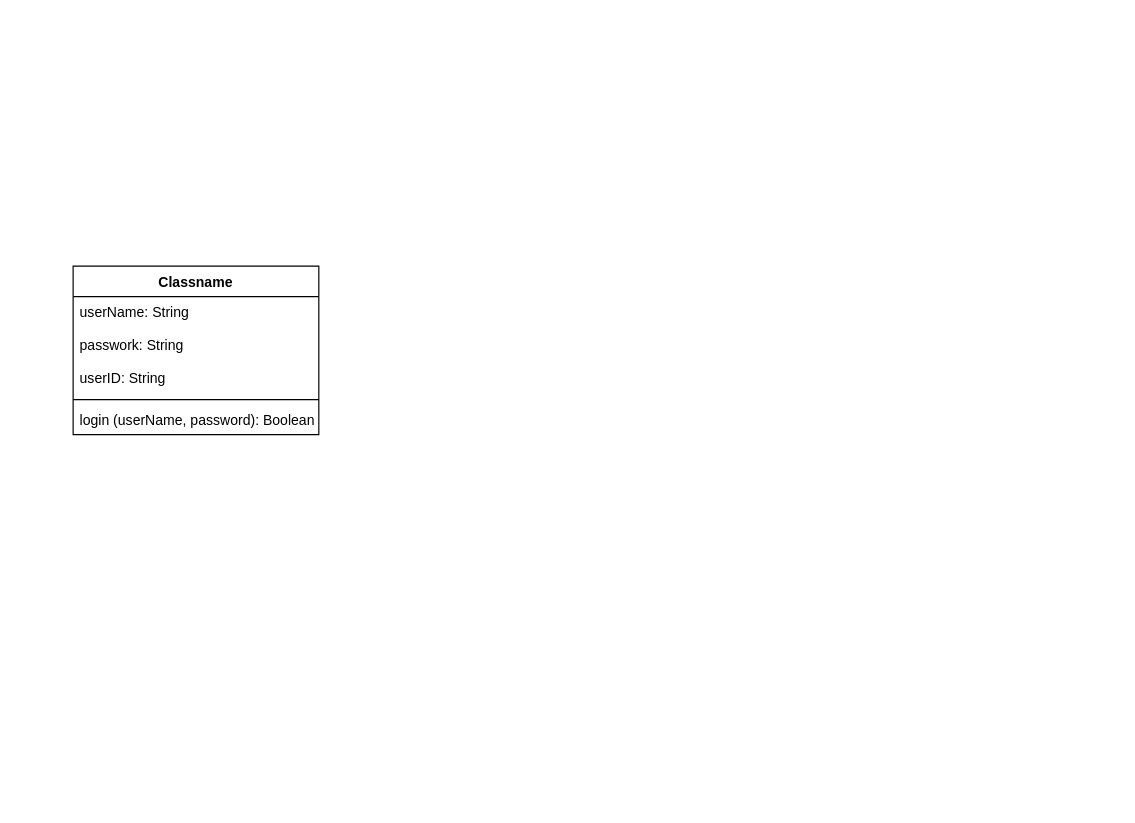
This is GAP Social Class Diagram.drawio from nvhoang23/BTVN_1, a draw.io file, before an edit. Source tidied: cells renumbered, new cells numbered last; positions are measured from the earlier drawing's top-left corner, leaving out a move shared by most shapes. Both pictures are drawn from the tidied source at 117%, with x=0, y=0 at pixel (73, 266).
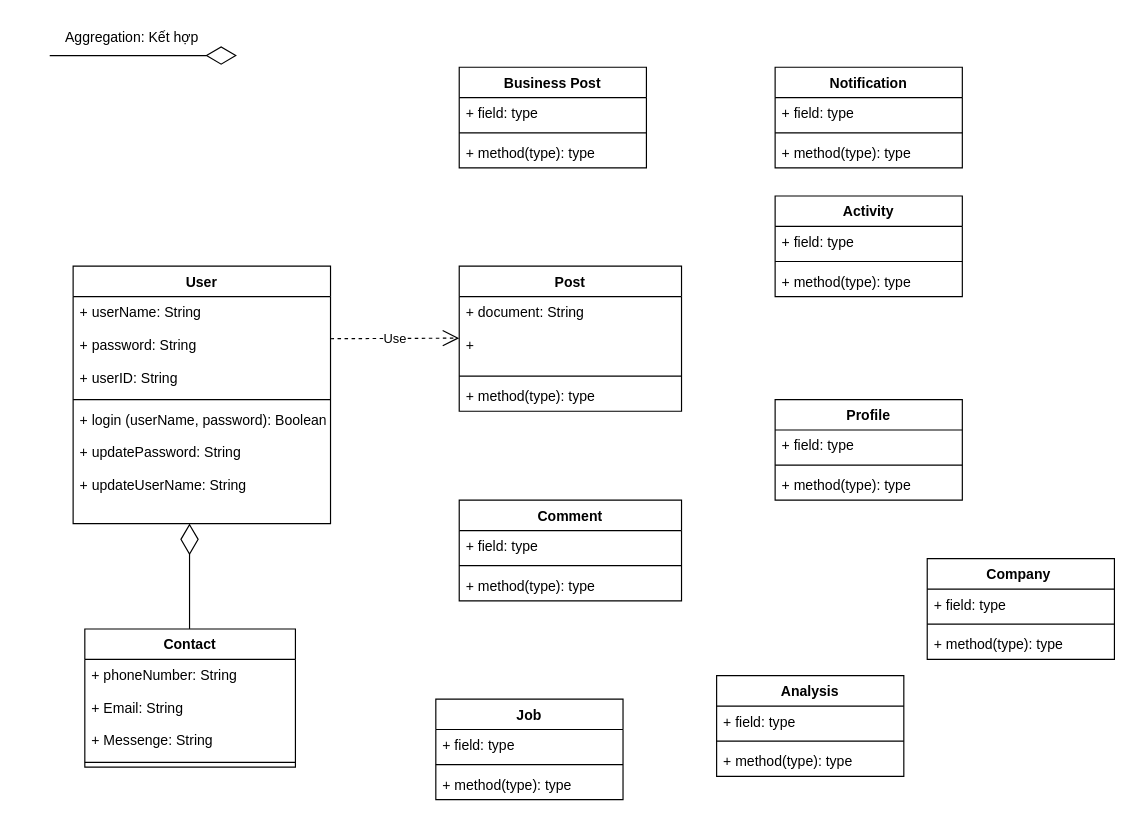
The same page after the edit.

Commit message (it also covers changes not shown here):
Cập nhật GAP Social Class Diagram.drawio

What changed in the source:
```diff
@@
-    <mxCell id="2" value="Classname" style="swimlane;fontStyle=1;align=center;verticalAlign=top;horizontal=1;startSize=26;" parent="1" vertex="1">
-      <mxGeometry width="210" height="144" as="geometry" />
+    <mxCell id="2" value="User" style="swimlane;fontStyle=1;align=center;verticalAlign=top;horizontal=1;startSize=26;" parent="1" vertex="1">
+      <mxGeometry width="220" height="220" as="geometry" />
     </mxCell>
-    <mxCell id="3" value="userName: String &#10;&#10;passwork: String &#10;&#10;userID: String &#10;" style="text;strokeColor=none;fillColor=none;align=left;verticalAlign=top;spacingLeft=4;spacingRight=4;overflow=hidden;" parent="2" vertex="1">
-      <mxGeometry y="26" width="210" height="84" as="geometry" />
+    <mxCell id="3" value="+ userName: String &#10;&#10;+ password: String &#10;&#10;+ userID: String &#10;" style="text;strokeColor=none;fillColor=none;align=left;verticalAlign=top;spacingLeft=4;spacingRight=4;overflow=hidden;" parent="2" vertex="1">
+      <mxGeometry y="26" width="220" height="84" as="geometry" />
     </mxCell>
     <mxCell id="4" style="line;strokeWidth=1;fillColor=none;align=left;verticalAlign=middle;spacingTop=-1;spacingLeft=3;spacingRight=3;labelPosition=right;strokeColor=inherit;" parent="2" vertex="1">
-      <mxGeometry y="110" width="210" height="8" as="geometry" />
+      <mxGeometry y="110" width="220" height="8" as="geometry" />
     </mxCell>
-    <mxCell id="5" value="login (userName, password): Boolean" style="text;strokeColor=none;fillColor=none;align=left;verticalAlign=top;spacingLeft=4;spacingRight=4;overflow=hidden;" parent="2" vertex="1">
-      <mxGeometry y="118" width="210" height="26" as="geometry" />
+    <mxCell id="5" value="+ login (userName, password): Boolean&#10;&#10;+ updatePassword: String&#10;&#10;+ updateUserName: String &#10;&#10;" style="text;strokeColor=none;fillColor=none;align=left;verticalAlign=top;spacingLeft=4;spacingRight=4;overflow=hidden;" parent="2" vertex="1">
+      <mxGeometry y="118" width="220" height="102" as="geometry" />
     </mxCell>
+    <mxCell id="6" value="Post" style="swimlane;fontStyle=1;align=center;verticalAlign=top;horizontal=1;startSize=26;" parent="1" vertex="1">
+      <mxGeometry x="330" width="190" height="124" as="geometry" />
+    </mxCell>
+    <mxCell id="7" value="+ document: String&#10;&#10;+ " style="text;strokeColor=none;fillColor=none;align=left;verticalAlign=top;spacingLeft=4;spacingRight=4;overflow=hidden;" parent="6" vertex="1">
+      <mxGeometry y="26" width="190" height="64" as="geometry" />
+    </mxCell>
+    <mxCell id="8" style="line;strokeWidth=1;fillColor=none;align=left;verticalAlign=middle;spacingTop=-1;spacingLeft=3;spacingRight=3;labelPosition=right;strokeColor=inherit;" parent="6" vertex="1">
+      <mxGeometry y="90" width="190" height="8" as="geometry" />
+    </mxCell>
+    <mxCell id="9" value="+ method(type): type" style="text;strokeColor=none;fillColor=none;align=left;verticalAlign=top;spacingLeft=4;spacingRight=4;overflow=hidden;" parent="6" vertex="1">
+      <mxGeometry y="98" width="190" height="26" as="geometry" />
+    </mxCell>
+    <mxCell id="10" value="Business Post" style="swimlane;fontStyle=1;align=center;verticalAlign=top;horizontal=1;startSize=26;" parent="1" vertex="1">
+      <mxGeometry x="330" y="-170" width="160" height="86" as="geometry" />
+    </mxCell>
+    <mxCell id="11" value="+ field: type" style="text;strokeColor=none;fillColor=none;align=left;verticalAlign=top;spacingLeft=4;spacingRight=4;overflow=hidden;" parent="10" vertex="1">
+      <mxGeometry y="26" width="160" height="26" as="geometry" />
+    </mxCell>
+    <mxCell id="12" style="line;strokeWidth=1;fillColor=none;align=left;verticalAlign=middle;spacingTop=-1;spacingLeft=3;spacingRight=3;labelPosition=right;strokeColor=inherit;" parent="10" vertex="1">
+      <mxGeometry y="52" width="160" height="8" as="geometry" />
+    </mxCell>
+    <mxCell id="13" value="+ method(type): type" style="text;strokeColor=none;fillColor=none;align=left;verticalAlign=top;spacingLeft=4;spacingRight=4;overflow=hidden;" parent="10" vertex="1">
+      <mxGeometry y="60" width="160" height="26" as="geometry" />
+    </mxCell>
+    <mxCell id="14" value="Notification" style="swimlane;fontStyle=1;align=center;verticalAlign=top;horizontal=1;startSize=26;" parent="1" vertex="1">
+      <mxGeometry x="600" y="-170" width="160" height="86" as="geometry" />
+    </mxCell>
+    <mxCell id="15" value="+ field: type" style="text;strokeColor=none;fillColor=none;align=left;verticalAlign=top;spacingLeft=4;spacingRight=4;overflow=hidden;" parent="14" vertex="1">
+      <mxGeometry y="26" width="160" height="26" as="geometry" />
+    </mxCell>
+    <mxCell id="16" style="line;strokeWidth=1;fillColor=none;align=left;verticalAlign=middle;spacingTop=-1;spacingLeft=3;spacingRight=3;labelPosition=right;strokeColor=inherit;" parent="14" vertex="1">
+      <mxGeometry y="52" width="160" height="8" as="geometry" />
+    </mxCell>
+    <mxCell id="17" value="+ method(type): type" style="text;strokeColor=none;fillColor=none;align=left;verticalAlign=top;spacingLeft=4;spacingRight=4;overflow=hidden;" parent="14" vertex="1">
+      <mxGeometry y="60" width="160" height="26" as="geometry" />
+    </mxCell>
+    <mxCell id="18" value="Activity" style="swimlane;fontStyle=1;align=center;verticalAlign=top;horizontal=1;startSize=26;" parent="1" vertex="1">
+      <mxGeometry x="600" y="-60" width="160" height="86" as="geometry" />
+    </mxCell>
+    <mxCell id="19" value="+ field: type" style="text;strokeColor=none;fillColor=none;align=left;verticalAlign=top;spacingLeft=4;spacingRight=4;overflow=hidden;" parent="18" vertex="1">
+      <mxGeometry y="26" width="160" height="26" as="geometry" />
+    </mxCell>
+    <mxCell id="20" style="line;strokeWidth=1;fillColor=none;align=left;verticalAlign=middle;spacingTop=-1;spacingLeft=3;spacingRight=3;labelPosition=right;strokeColor=inherit;" parent="18" vertex="1">
+      <mxGeometry y="52" width="160" height="8" as="geometry" />
+    </mxCell>
+    <mxCell id="21" value="+ method(type): type" style="text;strokeColor=none;fillColor=none;align=left;verticalAlign=top;spacingLeft=4;spacingRight=4;overflow=hidden;" parent="18" vertex="1">
+      <mxGeometry y="60" width="160" height="26" as="geometry" />
+    </mxCell>
+    <mxCell id="22" value="Comment" style="swimlane;fontStyle=1;align=center;verticalAlign=top;horizontal=1;startSize=26;" parent="1" vertex="1">
+      <mxGeometry x="330" y="200" width="190" height="86" as="geometry" />
+    </mxCell>
+    <mxCell id="23" value="+ field: type" style="text;strokeColor=none;fillColor=none;align=left;verticalAlign=top;spacingLeft=4;spacingRight=4;overflow=hidden;" parent="22" vertex="1">
+      <mxGeometry y="26" width="190" height="26" as="geometry" />
+    </mxCell>
+    <mxCell id="24" style="line;strokeWidth=1;fillColor=none;align=left;verticalAlign=middle;spacingTop=-1;spacingLeft=3;spacingRight=3;labelPosition=right;strokeColor=inherit;" parent="22" vertex="1">
+      <mxGeometry y="52" width="190" height="8" as="geometry" />
+    </mxCell>
+    <mxCell id="25" value="+ method(type): type" style="text;strokeColor=none;fillColor=none;align=left;verticalAlign=top;spacingLeft=4;spacingRight=4;overflow=hidden;" parent="22" vertex="1">
+      <mxGeometry y="60" width="190" height="26" as="geometry" />
+    </mxCell>
+    <mxCell id="26" value="Profile" style="swimlane;fontStyle=1;align=center;verticalAlign=top;horizontal=1;startSize=26;" parent="1" vertex="1">
+      <mxGeometry x="600" y="114" width="160" height="86" as="geometry" />
+    </mxCell>
+    <mxCell id="27" value="+ field: type" style="text;strokeColor=none;fillColor=none;align=left;verticalAlign=top;spacingLeft=4;spacingRight=4;overflow=hidden;" parent="26" vertex="1">
+      <mxGeometry y="26" width="160" height="26" as="geometry" />
+    </mxCell>
+    <mxCell id="28" style="line;strokeWidth=1;fillColor=none;align=left;verticalAlign=middle;spacingTop=-1;spacingLeft=3;spacingRight=3;labelPosition=right;strokeColor=inherit;" parent="26" vertex="1">
+      <mxGeometry y="52" width="160" height="8" as="geometry" />
+    </mxCell>
+    <mxCell id="29" value="+ method(type): type" style="text;strokeColor=none;fillColor=none;align=left;verticalAlign=top;spacingLeft=4;spacingRight=4;overflow=hidden;" parent="26" vertex="1">
+      <mxGeometry y="60" width="160" height="26" as="geometry" />
+    </mxCell>
+    <mxCell id="30" value="Contact" style="swimlane;fontStyle=1;align=center;verticalAlign=top;horizontal=1;startSize=26;" parent="1" vertex="1">
+      <mxGeometry x="10" y="310.1" width="180" height="118" as="geometry" />
+    </mxCell>
+    <mxCell id="31" value="+ phoneNumber: String &#10;&#10;+ Email: String &#10;&#10;+ Messenge: String &#10;&#10;" style="text;strokeColor=none;fillColor=none;align=left;verticalAlign=top;spacingLeft=4;spacingRight=4;overflow=hidden;" parent="30" vertex="1">
+      <mxGeometry y="26" width="180" height="84" as="geometry" />
+    </mxCell>
+    <mxCell id="32" style="line;strokeWidth=1;fillColor=none;align=left;verticalAlign=middle;spacingTop=-1;spacingLeft=3;spacingRight=3;labelPosition=right;strokeColor=inherit;" parent="30" vertex="1">
+      <mxGeometry y="110" width="180" height="8" as="geometry" />
+    </mxCell>
+    <mxCell id="33" style="endArrow=diamondThin;endFill=0;endSize=24;html=1;rounded=0;" parent="1" edge="1">
+      <mxGeometry relative="1" as="geometry">
+        <mxPoint x="99.5" y="310" as="sourcePoint" />
+        <mxPoint x="99.5" y="220" as="targetPoint" />
+        <Array as="points">
+          <mxPoint x="99.5" y="270" />
+        </Array>
+      </mxGeometry>
+    </mxCell>
+    <mxCell id="34" style="group;" parent="1" vertex="1">
+      <mxGeometry x="-20" y="-210" width="160" height="30" as="geometry" />
+    </mxCell>
+    <mxCell id="35" style="endArrow=diamondThin;endFill=0;endSize=24;html=1;rounded=0;" parent="34" edge="1">
+      <mxGeometry relative="1" as="geometry">
+        <mxPoint y="30" as="sourcePoint" />
+        <mxPoint x="160" y="30" as="targetPoint" />
+      </mxGeometry>
+    </mxCell>
+    <mxCell id="36" value="Aggregation: Kết hợp" style="text;html=1;align=center;verticalAlign=middle;strokeColor=none;fillColor=none;" parent="34" vertex="1">
+      <mxGeometry width="140" height="30" as="geometry" />
+    </mxCell>
+    <mxCell id="37" value="Job" style="swimlane;fontStyle=1;align=center;verticalAlign=top;horizontal=1;startSize=26;" parent="1" vertex="1">
+      <mxGeometry x="310" y="370" width="160" height="86" as="geometry" />
+    </mxCell>
+    <mxCell id="38" value="+ field: type" style="text;strokeColor=none;fillColor=none;align=left;verticalAlign=top;spacingLeft=4;spacingRight=4;overflow=hidden;" parent="37" vertex="1">
+      <mxGeometry y="26" width="160" height="26" as="geometry" />
+    </mxCell>
+    <mxCell id="39" style="line;strokeWidth=1;fillColor=none;align=left;verticalAlign=middle;spacingTop=-1;spacingLeft=3;spacingRight=3;labelPosition=right;strokeColor=inherit;" parent="37" vertex="1">
+      <mxGeometry y="52" width="160" height="8" as="geometry" />
+    </mxCell>
+    <mxCell id="40" value="+ method(type): type" style="text;strokeColor=none;fillColor=none;align=left;verticalAlign=top;spacingLeft=4;spacingRight=4;overflow=hidden;" parent="37" vertex="1">
+      <mxGeometry y="60" width="160" height="26" as="geometry" />
+    </mxCell>
+    <mxCell id="41" value="Analysis" style="swimlane;fontStyle=1;align=center;verticalAlign=top;horizontal=1;startSize=26;" parent="1" vertex="1">
+      <mxGeometry x="550" y="350" width="160" height="86" as="geometry" />
+    </mxCell>
+    <mxCell id="42" value="+ field: type" style="text;strokeColor=none;fillColor=none;align=left;verticalAlign=top;spacingLeft=4;spacingRight=4;overflow=hidden;" parent="41" vertex="1">
+      <mxGeometry y="26" width="160" height="26" as="geometry" />
+    </mxCell>
+    <mxCell id="43" style="line;strokeWidth=1;fillColor=none;align=left;verticalAlign=middle;spacingTop=-1;spacingLeft=3;spacingRight=3;labelPosition=right;strokeColor=inherit;" parent="41" vertex="1">
+      <mxGeometry y="52" width="160" height="8" as="geometry" />
+    </mxCell>
+    <mxCell id="44" value="+ method(type): type" style="text;strokeColor=none;fillColor=none;align=left;verticalAlign=top;spacingLeft=4;spacingRight=4;overflow=hidden;" parent="41" vertex="1">
+      <mxGeometry y="60" width="160" height="26" as="geometry" />
+    </mxCell>
+    <mxCell id="45" value="Company " style="swimlane;fontStyle=1;align=center;verticalAlign=top;horizontal=1;startSize=26;" parent="1" vertex="1">
+      <mxGeometry x="730" y="250" width="160" height="86" as="geometry" />
+    </mxCell>
+    <mxCell id="46" value="+ field: type" style="text;strokeColor=none;fillColor=none;align=left;verticalAlign=top;spacingLeft=4;spacingRight=4;overflow=hidden;" parent="45" vertex="1">
+      <mxGeometry y="26" width="160" height="26" as="geometry" />
+    </mxCell>
+    <mxCell id="47" style="line;strokeWidth=1;fillColor=none;align=left;verticalAlign=middle;spacingTop=-1;spacingLeft=3;spacingRight=3;labelPosition=right;strokeColor=inherit;" parent="45" vertex="1">
+      <mxGeometry y="52" width="160" height="8" as="geometry" />
+    </mxCell>
+    <mxCell id="48" value="+ method(type): type" style="text;strokeColor=none;fillColor=none;align=left;verticalAlign=top;spacingLeft=4;spacingRight=4;overflow=hidden;" parent="45" vertex="1">
+      <mxGeometry y="60" width="160" height="26" as="geometry" />
+    </mxCell>
+    <mxCell id="49" value="Use" style="endArrow=open;endSize=12;dashed=1;html=1;rounded=0;" parent="1" edge="1">
+      <mxGeometry relative="1" as="geometry">
+        <mxPoint x="220" y="62" as="sourcePoint" />
+        <mxPoint x="330" y="61.5" as="targetPoint" />
+      </mxGeometry>
+    </mxCell>
```
